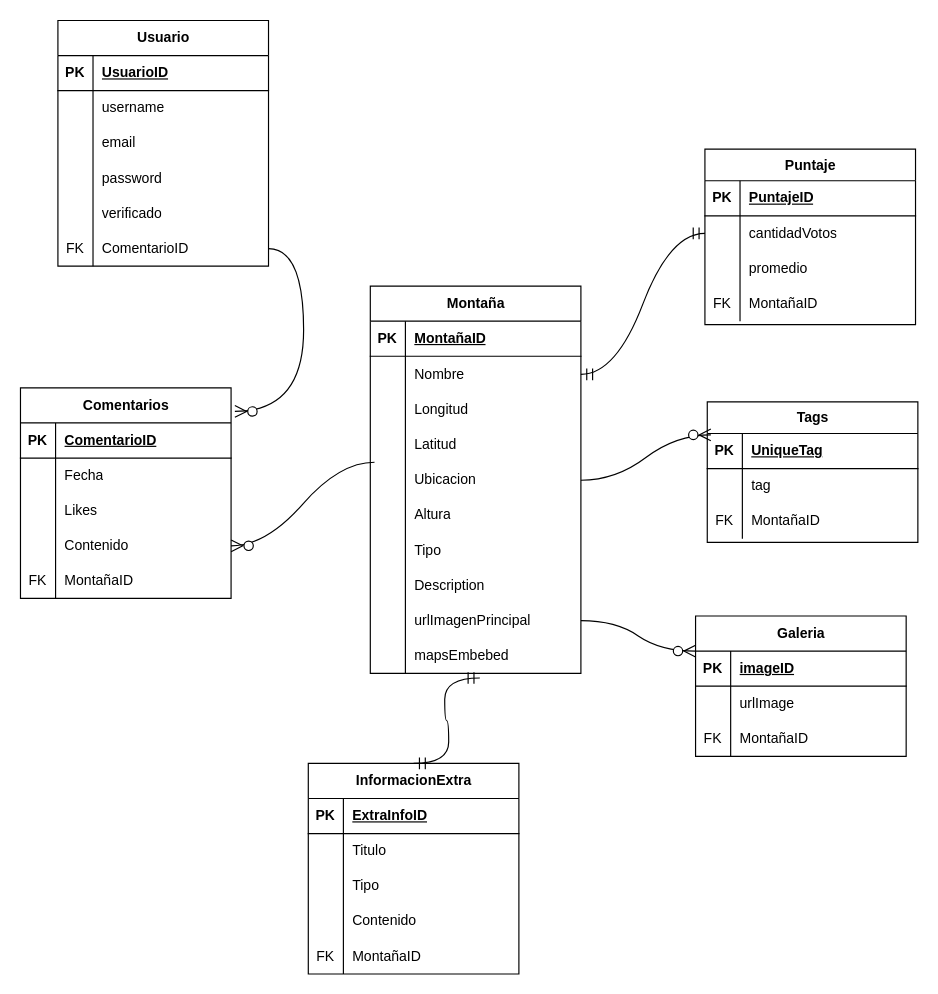
Above: WebDataBaseScheme.drawio in XLex0/Ecuadorian-Mountains-Web (draw.io), before the change. Source tidied: cells renumbered, new cells numbered last; positions are measured from the earlier drawing's top-left corner, leaving out a move shared by most shapes. Both pictures are drawn from the tidied source at 117%, with x=0, y=0 at pixel (20, 20).
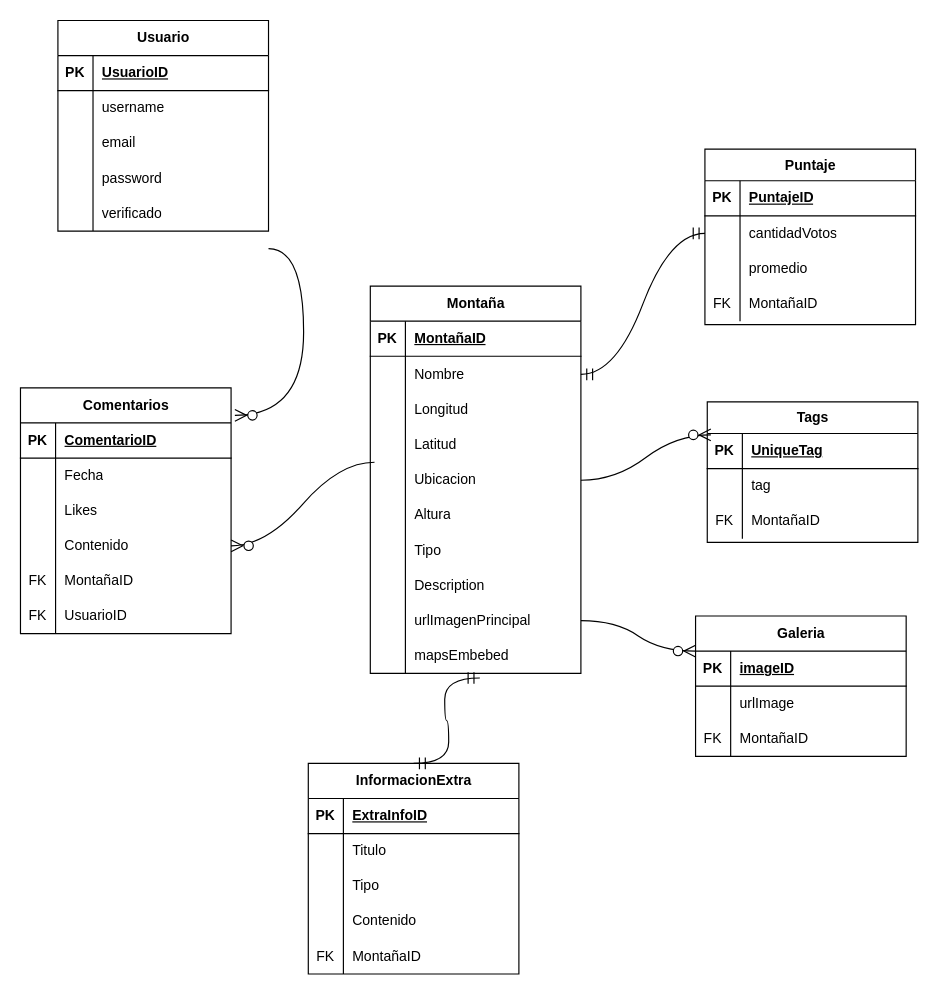
The same page after the edit.

Diff of the diagram source:
```diff
@@
     <mxCell id="56" value="Comentarios" style="shape=table;startSize=30;childLayout=tableLayout;rowLines=0;fontStyle=1;align=center;html=1;" parent="1" vertex="1">
-      <mxGeometry y="314" width="180" height="180" as="geometry" />
+      <mxGeometry y="314" width="180" height="210" as="geometry" />
     </mxCell>
@@
+    <mxCell id="88" style="shape=tableRow;horizontal=0;startSize=0;swimlaneHead=0;swimlaneBody=0;fillColor=none;points=[[0,0.5],[1,0.5]];portConstraint=eastwest;top=0;left=0;right=0;bottom=0;" parent="56" vertex="1">
+      <mxGeometry y="180" width="180" height="30" as="geometry" />
+    </mxCell>
+    <mxCell id="89" value="FK" style="shape=partialRectangle;fillColor=none;top=0;left=0;bottom=0;right=0;overflow=hidden;whiteSpace=wrap;html=1;" parent="88" vertex="1">
+      <mxGeometry width="30" height="30" as="geometry" />
+    </mxCell>
+    <mxCell id="123" value="UsuarioID" style="shape=partialRectangle;fillColor=none;top=0;left=0;bottom=0;right=0;align=left;spacingLeft=6;overflow=hidden;whiteSpace=wrap;html=1;" parent="88" vertex="1">
+      <mxGeometry x="30" width="150" height="30" as="geometry" />
+    </mxCell>
     <mxCell id="72" value="Usuario" style="shape=table;startSize=30;childLayout=tableLayout;rowLines=0;fontStyle=1;align=center;html=1;" parent="1" vertex="1">
-      <mxGeometry x="32" width="180" height="210" as="geometry" />
+      <mxGeometry x="32" width="180" height="180" as="geometry" />
     </mxCell>
@@
-    <mxCell id="88" style="shape=tableRow;horizontal=0;startSize=0;swimlaneHead=0;swimlaneBody=0;fillColor=none;points=[[0,0.5],[1,0.5]];portConstraint=eastwest;top=0;left=0;right=0;bottom=0;" parent="72" vertex="1">
-      <mxGeometry y="180" width="180" height="30" as="geometry" />
-    </mxCell>
-    <mxCell id="89" value="FK" style="shape=partialRectangle;fillColor=none;top=0;left=0;bottom=0;right=0;overflow=hidden;whiteSpace=wrap;html=1;" parent="88" vertex="1">
-      <mxGeometry width="30" height="30" as="geometry" />
-    </mxCell>
-    <mxCell id="90" value="ComentarioID" style="shape=partialRectangle;fillColor=none;top=0;left=0;bottom=0;right=0;align=left;spacingLeft=6;overflow=hidden;whiteSpace=wrap;html=1;" parent="88" vertex="1">
-      <mxGeometry x="30" width="150" height="30" as="geometry" />
-    </mxCell>
@@
-    <mxCell id="121" style="edgeStyle=entityRelationEdgeStyle;fontSize=12;html=1;endArrow=ERzeroToMany;endFill=1;rounded=0;startSize=8;endSize=8;curved=1;entryX=1.018;entryY=0.112;entryDx=0;entryDy=0;entryPerimeter=0;" parent="1" edge="1" source="88" target="56">
-      <mxGeometry relative="1" as="geometry" />
+    <mxCell id="121" style="edgeStyle=entityRelationEdgeStyle;fontSize=12;html=1;endArrow=ERzeroToMany;endFill=1;rounded=0;startSize=8;endSize=8;curved=1;entryX=1.018;entryY=0.112;entryDx=0;entryDy=0;entryPerimeter=0;" parent="1" edge="1" target="56">
+      <mxGeometry relative="1" as="geometry">
+        <mxPoint x="212" y="195" as="sourcePoint" />
+      </mxGeometry>
     </mxCell>
```
